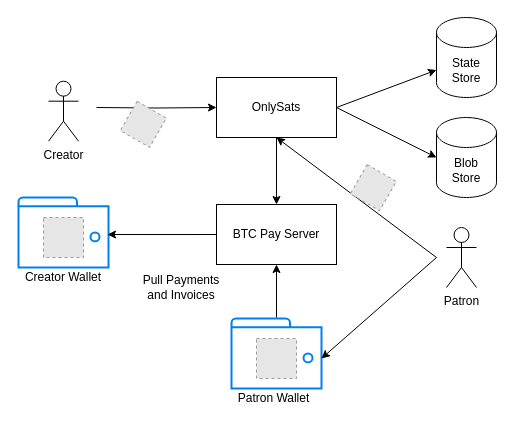
This is page "High Level Architecture" (1 of 3) of Documentation/High-Level Architecture.drawio from conradcreel/onlysats, a draw.io file, before an edit. Source tidied: cells renumbered, new cells numbered last; positions are measured from the earlier drawing's top-left corner, leaving out a move shared by most shapes. Both pictures are drawn from the tidied source at 100%, with x=0, y=0 at pixel (18, 17). Pictures stored in the file or linked from it are replaced by grey dashed boxes.
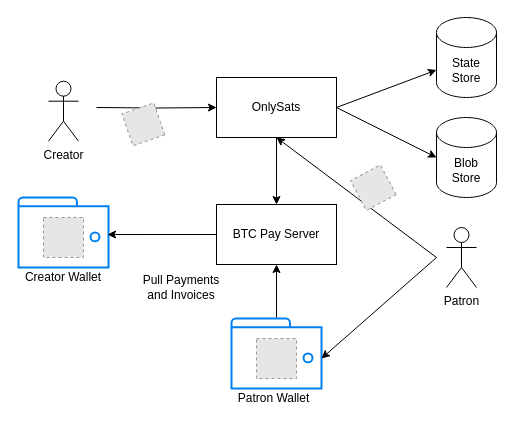
After the change.

The edit, as a diff of the source:
```diff
@@
-    <mxCell id="11" style="fillColor=#E6E6E6;strokeColor=#999999;dashed=1;html=1;verticalAlign=top;verticalLabelPosition=bottom;labelBackgroundColor=#ffffff;rotation=30;" parent="1" vertex="1">
+    <mxCell id="11" style="fillColor=#E6E6E6;strokeColor=#999999;dashed=1;html=1;verticalAlign=top;verticalLabelPosition=bottom;labelBackgroundColor=#ffffff;rotation=-199;" parent="1" vertex="1">
       <mxGeometry x="108" y="90" width="33.7" height="33.7" as="geometry" />
     </mxCell>
@@
-    <mxCell id="23" style="fillColor=#E6E6E6;strokeColor=#999999;dashed=1;html=1;verticalAlign=top;verticalLabelPosition=bottom;labelBackgroundColor=#ffffff;rotation=30;" parent="1" vertex="1">
+    <mxCell id="23" style="fillColor=#E6E6E6;strokeColor=#999999;dashed=1;html=1;verticalAlign=top;verticalLabelPosition=bottom;labelBackgroundColor=#ffffff;rotation=-208;" parent="1" vertex="1">
       <mxGeometry x="338" y="153.3" width="33.7" height="33.7" as="geometry" />
     </mxCell>
```
